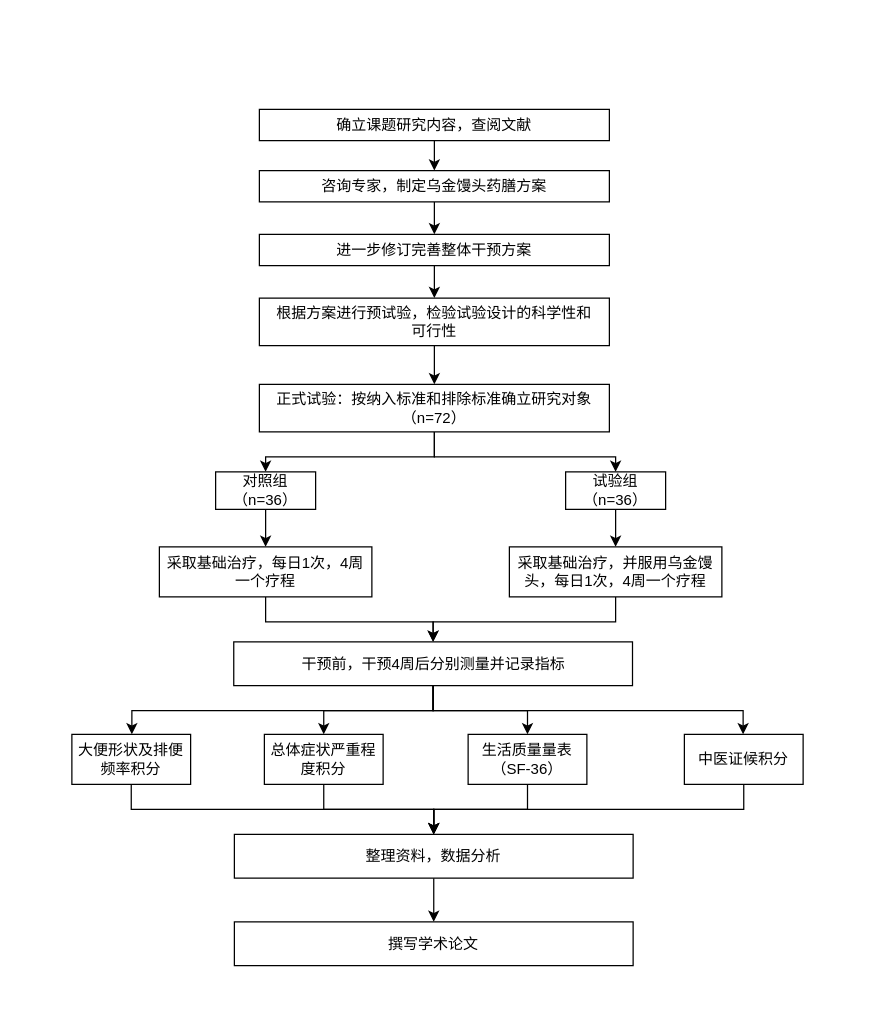
Above: 乌金馒头药膳.drawio in 1477619915/ranyou (draw.io), before the change. Source tidied: cells renumbered, new cells numbered last; positions are measured from the earlier drawing's top-left corner, leaving out a move shared by most shapes. Both pictures are drawn from the tidied source at 125%, with x=0, y=0 at pixel (21, 71).
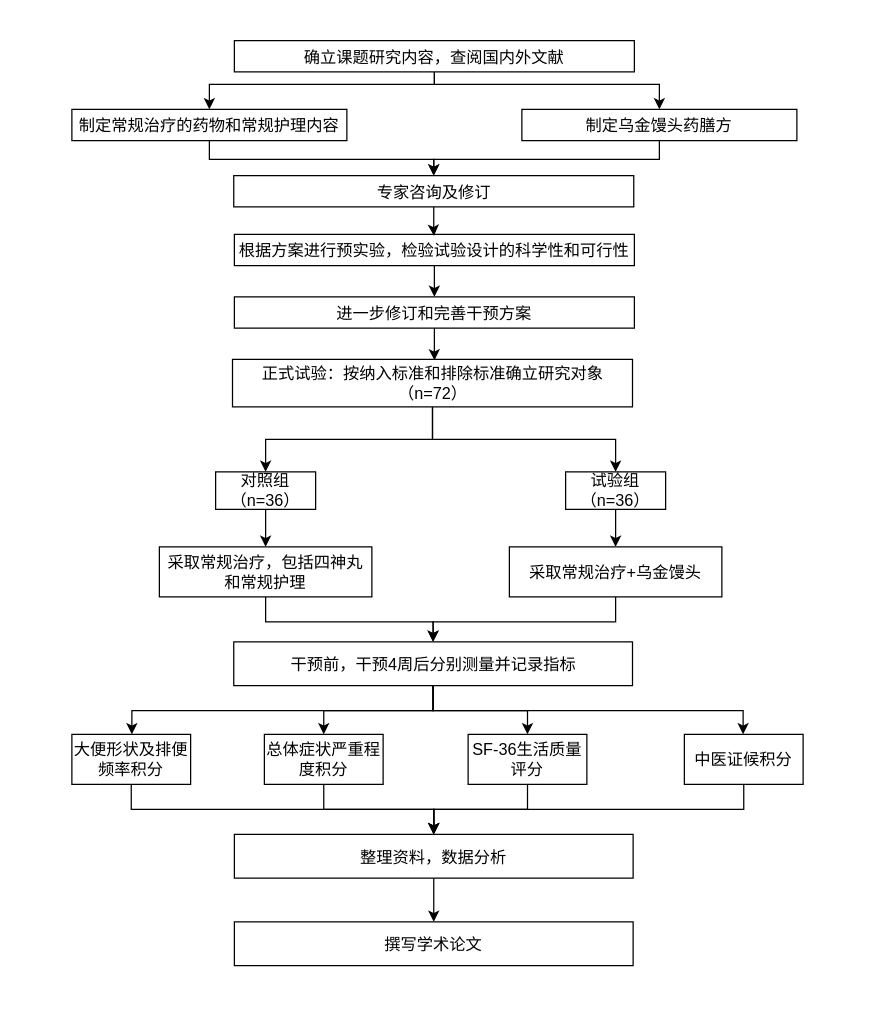
After the change.

Commit message:
更新乌金馒头药膳.drawio

Change to the diagram source:
```diff
@@
-    <mxCell id="2" value="&amp;nbsp;" style="text;html=1;align=center;verticalAlign=middle;whiteSpace=wrap;rounded=0;" parent="1" vertex="1">
-      <mxGeometry width="670" height="750" as="geometry" />
+    <mxCell id="2" value="&amp;nbsp;" style="text;html=1;align=center;verticalAlign=middle;whiteSpace=wrap;rounded=0;fontSize=13;" parent="1" vertex="1">
+      <mxGeometry y="-40" width="670" height="790" as="geometry" />
     </mxCell>
-    <mxCell id="3" style="edgeStyle=orthogonalEdgeStyle;rounded=0;jettySize=auto;html=1;exitX=0.5;exitY=1;exitDx=0;exitDy=0;entryX=0.5;entryY=0;entryDx=0;entryDy=0;" parent="1" edge="1" source="4" target="6">
-      <mxGeometry relative="1" as="geometry" />
-    </mxCell>
+    <mxCell id="38" style="edgeStyle=orthogonalEdgeStyle;rounded=0;jettySize=auto;html=1;fontSize=13;" parent="1" edge="1" source="4" target="41">
+      <mxGeometry relative="1" as="geometry">
+        <Array as="points">
+          <mxPoint x="330" y="10" />
+          <mxPoint x="150" y="10" />
+        </Array>
+      </mxGeometry>
+    </mxCell>
+    <mxCell id="39" style="edgeStyle=orthogonalEdgeStyle;rounded=0;jettySize=auto;html=1;fontSize=13;" parent="1" edge="1" source="4" target="43">
+      <mxGeometry relative="1" as="geometry">
+        <Array as="points">
+          <mxPoint x="330" y="10" />
+          <mxPoint x="510" y="10" />
+        </Array>
+      </mxGeometry>
+    </mxCell>
-    <mxCell id="4" value="&lt;font&gt;确立课题研究内容，查阅文献&lt;/font&gt;" style="rounded=0;whiteSpace=wrap;html=1;fontSize=12;" parent="1" vertex="1">
-      <mxGeometry x="190" y="30" width="280" height="25" as="geometry" />
+    <mxCell id="4" value="&lt;font&gt;确立课题研究内容，查阅国内外文献&lt;/font&gt;" style="rounded=0;whiteSpace=wrap;html=1;fontSize=13;fontFamily=宋体;" parent="1" vertex="1">
+      <mxGeometry x="170" y="-25" width="320" height="25" as="geometry" />
     </mxCell>
-    <mxCell id="5" style="edgeStyle=orthogonalEdgeStyle;rounded=0;jettySize=auto;html=1;exitX=0.5;exitY=1;exitDx=0;exitDy=0;entryX=0.5;entryY=0;entryDx=0;entryDy=0;" parent="1" edge="1" source="6" target="8">
-      <mxGeometry relative="1" as="geometry" />
-    </mxCell>
-    <mxCell id="6" value="&lt;font&gt;咨询专家，制定乌金馒头药膳方案&lt;/font&gt;" style="rounded=0;whiteSpace=wrap;html=1;fontSize=12;" parent="1" vertex="1">
-      <mxGeometry x="190" y="79" width="280" height="25" as="geometry" />
+    <mxCell id="6" value="&lt;font&gt;专家咨询及修订&lt;/font&gt;" style="rounded=0;whiteSpace=wrap;html=1;fontSize=13;fontFamily=宋体;" parent="1" vertex="1">
+      <mxGeometry x="169.5" y="83" width="320" height="25" as="geometry" />
     </mxCell>
-    <mxCell id="7" style="edgeStyle=orthogonalEdgeStyle;rounded=0;jettySize=auto;html=1;exitX=0.5;exitY=1;exitDx=0;exitDy=0;entryX=0.5;entryY=0;entryDx=0;entryDy=0;" parent="1" edge="1" source="8" target="10">
+    <mxCell id="7" style="edgeStyle=orthogonalEdgeStyle;rounded=0;jettySize=auto;html=1;entryX=0.5;entryY=0;entryDx=0;entryDy=0;fontSize=13;" parent="1" edge="1" source="8" target="10">
       <mxGeometry relative="1" as="geometry" />
     </mxCell>
-    <mxCell id="8" value="&lt;font&gt;进一步修订完善整体干预方案&lt;/font&gt;" style="rounded=0;whiteSpace=wrap;html=1;fontSize=12;" parent="1" vertex="1">
-      <mxGeometry x="190" y="130" width="280" height="25" as="geometry" />
+    <mxCell id="8" value="根据方案进行预实验，检验试验设计的科学性和可行性" style="rounded=0;whiteSpace=wrap;html=1;fontSize=13;fontFamily=宋体;" parent="1" vertex="1">
+      <mxGeometry x="170" y="130" width="320" height="25" as="geometry" />
     </mxCell>
-    <mxCell id="9" style="edgeStyle=orthogonalEdgeStyle;rounded=0;jettySize=auto;html=1;exitX=0.5;exitY=1;exitDx=0;exitDy=0;" parent="1" edge="1" source="10" target="13">
-      <mxGeometry relative="1" as="geometry" />
-    </mxCell>
-    <mxCell id="10" value="&lt;font&gt;根据方案进行预试验，检验试验设计的科学性和&lt;/font&gt;&lt;div&gt;&lt;font&gt;可行性&lt;/font&gt;&lt;/div&gt;" style="rounded=0;whiteSpace=wrap;html=1;fontSize=12;" parent="1" vertex="1">
-      <mxGeometry x="190" y="181" width="280" height="38" as="geometry" />
+    <mxCell id="10" value="进一步修订和完善干预方案" style="rounded=0;whiteSpace=wrap;html=1;fontSize=13;fontFamily=宋体;" parent="1" vertex="1">
+      <mxGeometry x="170" y="180" width="320" height="25" as="geometry" />
     </mxCell>
-    <mxCell id="11" style="edgeStyle=orthogonalEdgeStyle;rounded=0;jettySize=auto;html=1;entryX=0.5;entryY=0;entryDx=0;entryDy=0;" parent="1" edge="1" source="13" target="15">
+    <mxCell id="11" style="edgeStyle=orthogonalEdgeStyle;rounded=0;jettySize=auto;html=1;entryX=0.5;entryY=0;entryDx=0;entryDy=0;fontFamily=宋体;fontSize=13;" parent="1" edge="1" source="13" target="15">
       <mxGeometry relative="1" as="geometry" />
     </mxCell>
-    <mxCell id="12" style="edgeStyle=orthogonalEdgeStyle;rounded=0;jettySize=auto;html=1;" parent="1" edge="1" source="13" target="17">
+    <mxCell id="12" style="edgeStyle=orthogonalEdgeStyle;rounded=0;jettySize=auto;html=1;fontFamily=宋体;fontSize=13;" parent="1" edge="1" source="13" target="17">
       <mxGeometry relative="1" as="geometry" />
     </mxCell>
-    <mxCell id="13" value="正式试验：按纳入标准和排除标准确立研究对象（n=72）" style="rounded=0;whiteSpace=wrap;html=1;fontSize=12;" parent="1" vertex="1">
-      <mxGeometry x="190" y="250" width="280" height="38" as="geometry" />
+    <mxCell id="13" value="正式试验：按纳入标准和排除标准确立研究对象&lt;div&gt;（n=72）&lt;/div&gt;" style="rounded=0;whiteSpace=wrap;html=1;fontSize=13;fontFamily=宋体;" parent="1" vertex="1">
+      <mxGeometry x="168.5" y="230" width="320" height="38" as="geometry" />
     </mxCell>
-    <mxCell id="14" style="edgeStyle=orthogonalEdgeStyle;rounded=0;jettySize=auto;html=1;exitX=0.5;exitY=1;exitDx=0;exitDy=0;entryX=0.5;entryY=0;entryDx=0;entryDy=0;" parent="1" edge="1" source="15" target="19">
+    <mxCell id="14" style="edgeStyle=orthogonalEdgeStyle;rounded=0;jettySize=auto;html=1;exitX=0.5;exitY=1;exitDx=0;exitDy=0;entryX=0.5;entryY=0;entryDx=0;entryDy=0;fontFamily=宋体;fontSize=13;" parent="1" edge="1" source="15" target="19">
       <mxGeometry relative="1" as="geometry" />
     </mxCell>
-    <mxCell id="15" value="对照组&lt;div&gt;（n=36）&lt;/div&gt;" style="rounded=0;whiteSpace=wrap;html=1;" parent="1" vertex="1">
+    <mxCell id="15" value="对照组&lt;div&gt;（n=36）&lt;/div&gt;" style="rounded=0;whiteSpace=wrap;html=1;fontFamily=宋体;fontSize=13;" parent="1" vertex="1">
       <mxGeometry x="155" y="320" width="80" height="30" as="geometry" />
     </mxCell>
-    <mxCell id="16" style="edgeStyle=orthogonalEdgeStyle;rounded=0;jettySize=auto;html=1;exitX=0.5;exitY=1;exitDx=0;exitDy=0;entryX=0.5;entryY=0;entryDx=0;entryDy=0;" parent="1" edge="1" source="17" target="21">
+    <mxCell id="16" style="edgeStyle=orthogonalEdgeStyle;rounded=0;jettySize=auto;html=1;exitX=0.5;exitY=1;exitDx=0;exitDy=0;entryX=0.5;entryY=0;entryDx=0;entryDy=0;fontFamily=宋体;fontSize=13;" parent="1" edge="1" source="17" target="21">
       <mxGeometry relative="1" as="geometry" />
     </mxCell>
-    <mxCell id="17" value="试验组&lt;div&gt;（n=36）&lt;/div&gt;" style="rounded=0;whiteSpace=wrap;html=1;" parent="1" vertex="1">
+    <mxCell id="17" value="试验组&lt;div&gt;（n=36）&lt;/div&gt;" style="rounded=0;whiteSpace=wrap;html=1;fontFamily=宋体;fontSize=13;" parent="1" vertex="1">
       <mxGeometry x="435" y="320" width="80" height="30" as="geometry" />
     </mxCell>
-    <mxCell id="18" style="edgeStyle=orthogonalEdgeStyle;rounded=0;jettySize=auto;html=1;entryX=0.5;entryY=0;entryDx=0;entryDy=0;" parent="1" edge="1" source="19" target="26">
+    <mxCell id="18" style="edgeStyle=orthogonalEdgeStyle;rounded=0;jettySize=auto;html=1;entryX=0.5;entryY=0;entryDx=0;entryDy=0;fontFamily=宋体;fontSize=13;" parent="1" edge="1" source="19" target="26">
       <mxGeometry relative="1" as="geometry">
         <Array as="points">
           <mxPoint x="195" y="440" />
           <mxPoint x="329" y="440" />
         </Array>
       </mxGeometry>
     </mxCell>
-    <mxCell id="19" value="&lt;font&gt;采取基础治疗，每日1次，4周一个疗程&lt;/font&gt;" style="rounded=0;whiteSpace=wrap;html=1;fontSize=12;" parent="1" vertex="1">
+    <mxCell id="19" value="&lt;font&gt;采取常规治疗，包括四神丸&lt;/font&gt;&lt;div&gt;&lt;font&gt;和常规护理&lt;/font&gt;&lt;/div&gt;" style="rounded=0;whiteSpace=wrap;html=1;fontSize=13;fontFamily=宋体;" parent="1" vertex="1">
       <mxGeometry x="110" y="380" width="170" height="40" as="geometry" />
     </mxCell>
-    <mxCell id="20" style="edgeStyle=orthogonalEdgeStyle;rounded=0;jettySize=auto;html=1;entryX=0.5;entryY=0;entryDx=0;entryDy=0;" parent="1" edge="1" source="21" target="26">
+    <mxCell id="20" style="edgeStyle=orthogonalEdgeStyle;rounded=0;jettySize=auto;html=1;entryX=0.5;entryY=0;entryDx=0;entryDy=0;fontFamily=宋体;fontSize=13;" parent="1" edge="1" source="21" target="26">
       <mxGeometry relative="1" as="geometry">
         <Array as="points">
           <mxPoint x="475" y="440" />
           <mxPoint x="329" y="440" />
         </Array>
       </mxGeometry>
     </mxCell>
-    <mxCell id="21" value="&lt;font&gt;采取基础治疗，并服用乌金馒头，每日1次，4周一个疗程&lt;/font&gt;" style="rounded=0;whiteSpace=wrap;html=1;fontSize=12;" parent="1" vertex="1">
+    <mxCell id="21" value="&lt;font&gt;采取常规治疗+乌金馒头&lt;/font&gt;" style="rounded=0;whiteSpace=wrap;html=1;fontSize=13;fontFamily=宋体;" parent="1" vertex="1">
       <mxGeometry x="390" y="380" width="170" height="40" as="geometry" />
     </mxCell>
-    <mxCell id="22" style="edgeStyle=orthogonalEdgeStyle;rounded=0;jettySize=auto;html=1;" parent="1" edge="1" source="26" target="30">
+    <mxCell id="22" style="edgeStyle=orthogonalEdgeStyle;rounded=0;jettySize=auto;html=1;fontFamily=宋体;fontSize=13;" parent="1" edge="1" source="26" target="30">
       <mxGeometry relative="1" as="geometry" />
     </mxCell>
-    <mxCell id="23" style="edgeStyle=orthogonalEdgeStyle;rounded=0;jettySize=auto;html=1;" parent="1" edge="1" source="26" target="32">
+    <mxCell id="23" style="edgeStyle=orthogonalEdgeStyle;rounded=0;jettySize=auto;html=1;fontFamily=宋体;fontSize=13;" parent="1" edge="1" source="26" target="32">
       <mxGeometry relative="1" as="geometry" />
     </mxCell>
-    <mxCell id="24" style="edgeStyle=orthogonalEdgeStyle;rounded=0;jettySize=auto;html=1;exitX=0.5;exitY=1;exitDx=0;exitDy=0;" parent="1" edge="1" source="26" target="34">
+    <mxCell id="24" style="edgeStyle=orthogonalEdgeStyle;rounded=0;jettySize=auto;html=1;exitX=0.5;exitY=1;exitDx=0;exitDy=0;fontFamily=宋体;fontSize=13;" parent="1" edge="1" source="26" target="34">
       <mxGeometry relative="1" as="geometry">
         <Array as="points">
           <mxPoint x="329" y="511" />
           <mxPoint x="577" y="511" />
         </Array>
       </mxGeometry>
     </mxCell>
-    <mxCell id="25" style="edgeStyle=orthogonalEdgeStyle;rounded=0;jettySize=auto;html=1;exitX=0.5;exitY=1;exitDx=0;exitDy=0;" parent="1" edge="1" source="26" target="28">
+    <mxCell id="25" style="edgeStyle=orthogonalEdgeStyle;rounded=0;jettySize=auto;html=1;exitX=0.5;exitY=1;exitDx=0;exitDy=0;fontFamily=宋体;fontSize=13;" parent="1" edge="1" source="26" target="28">
       <mxGeometry relative="1" as="geometry">
         <Array as="points">
           <mxPoint x="329" y="511" />
           <mxPoint x="88" y="511" />
         </Array>
       </mxGeometry>
     </mxCell>
-    <mxCell id="26" value="&lt;font&gt;干预前，干预4周后分别测量并记录指标&lt;/font&gt;" style="rounded=0;whiteSpace=wrap;html=1;fontSize=12;" parent="1" vertex="1">
+    <mxCell id="26" value="&lt;font&gt;干预前，干预4周后分别测量并记录指标&lt;/font&gt;" style="rounded=0;whiteSpace=wrap;html=1;fontSize=13;fontFamily=宋体;" parent="1" vertex="1">
       <mxGeometry x="169.5" y="456" width="319" height="35" as="geometry" />
     </mxCell>
-    <mxCell id="27" style="edgeStyle=orthogonalEdgeStyle;rounded=0;jettySize=auto;html=1;exitX=0.5;exitY=1;exitDx=0;exitDy=0;" parent="1" edge="1" source="28" target="36">
+    <mxCell id="27" style="edgeStyle=orthogonalEdgeStyle;rounded=0;jettySize=auto;html=1;exitX=0.5;exitY=1;exitDx=0;exitDy=0;fontFamily=宋体;fontSize=13;" parent="1" edge="1" source="28" target="36">
       <mxGeometry relative="1" as="geometry" />
     </mxCell>
-    <mxCell id="28" value="大便形状及排便频率积分" style="rounded=0;whiteSpace=wrap;html=1;" parent="1" vertex="1">
+    <mxCell id="28" value="大便形状及排便频率积分" style="rounded=0;whiteSpace=wrap;html=1;fontFamily=宋体;fontSize=13;" parent="1" vertex="1">
       <mxGeometry x="40" y="530" width="95" height="40" as="geometry" />
     </mxCell>
-    <mxCell id="29" style="edgeStyle=orthogonalEdgeStyle;rounded=0;jettySize=auto;html=1;exitX=0.5;exitY=1;exitDx=0;exitDy=0;entryX=0.5;entryY=0;entryDx=0;entryDy=0;" parent="1" edge="1" source="30" target="36">
+    <mxCell id="29" style="edgeStyle=orthogonalEdgeStyle;rounded=0;jettySize=auto;html=1;exitX=0.5;exitY=1;exitDx=0;exitDy=0;entryX=0.5;entryY=0;entryDx=0;entryDy=0;fontFamily=宋体;fontSize=13;" parent="1" edge="1" source="30" target="36">
       <mxGeometry relative="1" as="geometry" />
     </mxCell>
-    <mxCell id="30" value="总体症状严重程度积分" style="rounded=0;whiteSpace=wrap;html=1;" parent="1" vertex="1">
+    <mxCell id="30" value="总体症状严重程度积分" style="rounded=0;whiteSpace=wrap;html=1;fontFamily=宋体;fontSize=13;" parent="1" vertex="1">
       <mxGeometry x="194" y="530" width="95" height="40" as="geometry" />
     </mxCell>
-    <mxCell id="31" style="edgeStyle=orthogonalEdgeStyle;rounded=0;jettySize=auto;html=1;exitX=0.5;exitY=1;exitDx=0;exitDy=0;entryX=0.5;entryY=0;entryDx=0;entryDy=0;" parent="1" edge="1" source="32" target="36">
+    <mxCell id="31" style="edgeStyle=orthogonalEdgeStyle;rounded=0;jettySize=auto;html=1;exitX=0.5;exitY=1;exitDx=0;exitDy=0;entryX=0.5;entryY=0;entryDx=0;entryDy=0;fontFamily=宋体;fontSize=13;" parent="1" edge="1" source="32" target="36">
       <mxGeometry relative="1" as="geometry" />
     </mxCell>
-    <mxCell id="32" value="生活质量量表&lt;div&gt;（SF-36）&lt;/div&gt;" style="rounded=0;whiteSpace=wrap;html=1;" parent="1" vertex="1">
+    <mxCell id="32" value="SF-36生活质量&lt;div&gt;评分&lt;/div&gt;" style="rounded=0;whiteSpace=wrap;html=1;fontFamily=宋体;fontSize=13;" parent="1" vertex="1">
       <mxGeometry x="357" y="530" width="95" height="40" as="geometry" />
     </mxCell>
-    <mxCell id="33" style="edgeStyle=orthogonalEdgeStyle;rounded=0;jettySize=auto;html=1;exitX=0.5;exitY=1;exitDx=0;exitDy=0;entryX=0.5;entryY=0;entryDx=0;entryDy=0;" parent="1" edge="1" source="34" target="36">
+    <mxCell id="33" style="edgeStyle=orthogonalEdgeStyle;rounded=0;jettySize=auto;html=1;exitX=0.5;exitY=1;exitDx=0;exitDy=0;entryX=0.5;entryY=0;entryDx=0;entryDy=0;fontFamily=宋体;fontSize=13;" parent="1" edge="1" source="34" target="36">
       <mxGeometry relative="1" as="geometry" />
     </mxCell>
-    <mxCell id="34" value="中医证候积分" style="rounded=0;whiteSpace=wrap;html=1;" parent="1" vertex="1">
+    <mxCell id="34" value="中医证候积分" style="rounded=0;whiteSpace=wrap;html=1;fontFamily=宋体;fontSize=13;" parent="1" vertex="1">
       <mxGeometry x="530" y="530" width="95" height="40" as="geometry" />
     </mxCell>
-    <mxCell id="35" style="edgeStyle=orthogonalEdgeStyle;rounded=0;jettySize=auto;html=1;exitX=0.5;exitY=1;exitDx=0;exitDy=0;entryX=0.5;entryY=0;entryDx=0;entryDy=0;" parent="1" edge="1" source="36" target="37">
+    <mxCell id="35" style="edgeStyle=orthogonalEdgeStyle;rounded=0;jettySize=auto;html=1;exitX=0.5;exitY=1;exitDx=0;exitDy=0;entryX=0.5;entryY=0;entryDx=0;entryDy=0;fontFamily=宋体;fontSize=13;" parent="1" edge="1" source="36" target="37">
       <mxGeometry relative="1" as="geometry" />
     </mxCell>
-    <mxCell id="36" value="&lt;font&gt;整理资料，数据分析&lt;/font&gt;" style="rounded=0;whiteSpace=wrap;html=1;fontSize=12;" parent="1" vertex="1">
+    <mxCell id="36" value="&lt;font&gt;整理资料，数据分析&lt;/font&gt;" style="rounded=0;whiteSpace=wrap;html=1;fontSize=13;fontFamily=宋体;" parent="1" vertex="1">
       <mxGeometry x="170" y="610" width="319" height="35" as="geometry" />
     </mxCell>
-    <mxCell id="37" value="&lt;font&gt;撰写学术论文&lt;/font&gt;" style="rounded=0;whiteSpace=wrap;html=1;fontSize=12;" parent="1" vertex="1">
+    <mxCell id="37" value="&lt;font&gt;撰写学术论文&lt;/font&gt;" style="rounded=0;whiteSpace=wrap;html=1;fontSize=13;fontFamily=宋体;" parent="1" vertex="1">
       <mxGeometry x="170" y="680" width="319" height="35" as="geometry" />
     </mxCell>
+    <mxCell id="40" style="edgeStyle=orthogonalEdgeStyle;rounded=0;jettySize=auto;html=1;entryX=0.5;entryY=0;entryDx=0;entryDy=0;fontSize=13;" parent="1" edge="1" source="41" target="6">
+      <mxGeometry relative="1" as="geometry">
+        <Array as="points">
+          <mxPoint x="150" y="70" />
+          <mxPoint x="330" y="70" />
+        </Array>
+      </mxGeometry>
+    </mxCell>
+    <mxCell id="41" value="&lt;font&gt;制定常规治疗的药物和常规护理内容&lt;/font&gt;" style="rounded=0;whiteSpace=wrap;html=1;fontSize=13;fontFamily=宋体;" parent="1" vertex="1">
+      <mxGeometry x="40" y="30" width="220" height="25" as="geometry" />
+    </mxCell>
+    <mxCell id="42" style="edgeStyle=orthogonalEdgeStyle;rounded=0;jettySize=auto;html=1;entryX=0.5;entryY=0;entryDx=0;entryDy=0;fontSize=13;" parent="1" edge="1" source="43" target="6">
+      <mxGeometry relative="1" as="geometry">
+        <Array as="points">
+          <mxPoint x="510" y="70" />
+          <mxPoint x="330" y="70" />
+        </Array>
+      </mxGeometry>
+    </mxCell>
+    <mxCell id="43" value="&lt;font&gt;制定乌金馒头药膳方&lt;/font&gt;" style="rounded=0;whiteSpace=wrap;html=1;fontSize=13;fontFamily=宋体;" parent="1" vertex="1">
+      <mxGeometry x="400" y="30" width="220" height="25" as="geometry" />
+    </mxCell>
+    <mxCell id="5" style="edgeStyle=orthogonalEdgeStyle;rounded=0;jettySize=auto;html=1;entryX=0.499;entryY=0.046;entryDx=0;entryDy=0;entryPerimeter=0;fontSize=13;" parent="1" edge="1" source="6" target="8">
+      <mxGeometry relative="1" as="geometry">
+        <Array as="points">
+          <mxPoint x="330" y="128" />
+          <mxPoint x="330" y="128" />
+        </Array>
+      </mxGeometry>
+    </mxCell>
+    <mxCell id="9" style="edgeStyle=orthogonalEdgeStyle;rounded=0;jettySize=auto;html=1;entryX=0.505;entryY=0.02;entryDx=0;entryDy=0;entryPerimeter=0;fontSize=13;" parent="1" edge="1" source="10" target="13">
+      <mxGeometry relative="1" as="geometry" />
+    </mxCell>
```
